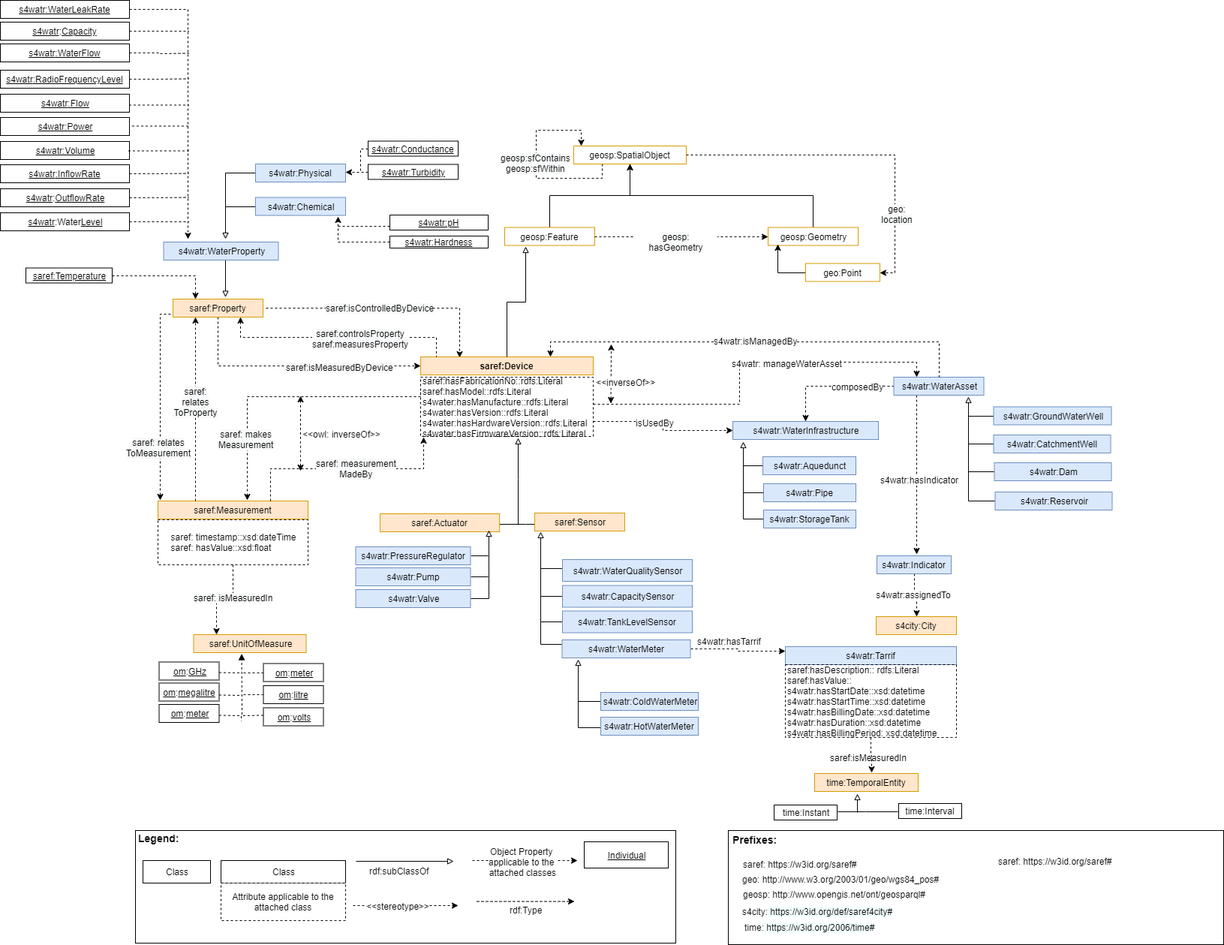
Above: Diagram/S4WaterNew.png in tiwari2019/S4WATR-1 (draw.io), before the change. Source tidied: cells renumbered, new cells last; positions are measured from the earlier drawing's top-left corner, leaving out a move shared by most shapes.
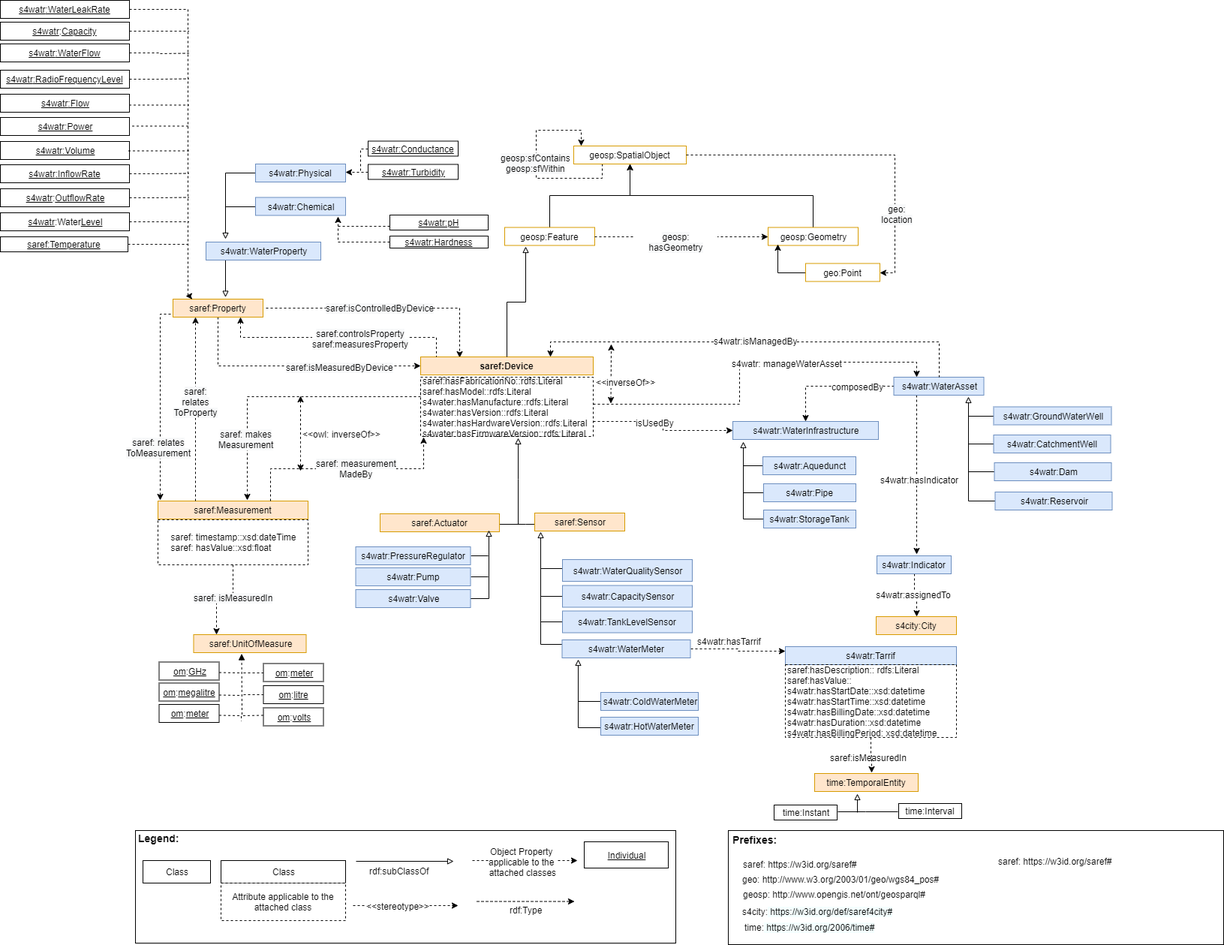
After the change.

Diff of the diagram source:
```diff
@@ -113,9 +113,12 @@
     <mxCell id="29" value="&lt;u&gt;&lt;span style=&quot;font-weight: normal&quot;&gt;s4watr&lt;/span&gt;&lt;span style=&quot;font-weight: 400&quot;&gt;:WaterFlow&lt;/span&gt;&lt;/u&gt;" style="rounded=0;whiteSpace=wrap;html=1;fontStyle=1;" parent="1" vertex="1">
       <mxGeometry y="58" width="172" height="24" as="geometry" />
     </mxCell>
-    <mxCell id="30" style="edgeStyle=orthogonalEdgeStyle;rounded=0;jettySize=auto;html=1;exitX=1;exitY=0.5;exitDx=0;exitDy=0;dashed=1;endArrow=classic;endFill=1;" parent="1" edge="1" source="31">
+    <mxCell id="30" style="edgeStyle=orthogonalEdgeStyle;rounded=0;jettySize=auto;html=1;exitX=1;exitY=0.5;exitDx=0;exitDy=0;dashed=1;endArrow=classic;endFill=1;entryX=0.142;entryY=-0.167;entryDx=0;entryDy=0;entryPerimeter=0;" parent="1" edge="1" source="31" target="13">
       <mxGeometry relative="1" as="geometry">
-        <mxPoint x="250" y="318" as="targetPoint" />
+        <Array as="points">
+          <mxPoint x="250" y="12" />
+          <mxPoint x="250" y="394" />
+        </Array>
       </mxGeometry>
     </mxCell>
     <mxCell id="31" value="&lt;u&gt;&lt;span style=&quot;font-weight: normal&quot;&gt;s4watr&lt;/span&gt;&lt;span style=&quot;font-weight: 400&quot;&gt;:WaterLeakRate&lt;/span&gt;&lt;/u&gt;" style="rounded=0;whiteSpace=wrap;html=1;fontStyle=1;" parent="1" vertex="1">
@@ -450,7 +453,7 @@
       </mxGeometry>
     </mxCell>
     <mxCell id="107" value="&lt;span style=&quot;font-weight: normal&quot;&gt;s4watr:WaterProperty&lt;/span&gt;" style="rounded=0;whiteSpace=wrap;html=1;fontStyle=1;fillColor=#dae8fc;strokeColor=#6c8ebf;" parent="1" vertex="1">
-      <mxGeometry x="217.5" y="322" width="153" height="24" as="geometry" />
+      <mxGeometry x="274" y="322" width="153" height="24" as="geometry" />
     </mxCell>
     <mxCell id="108" style="edgeStyle=orthogonalEdgeStyle;rounded=0;jettySize=auto;html=1;exitX=0;exitY=0.5;exitDx=0;exitDy=0;endArrow=none;endFill=0;strokeWidth=1;" parent="1" edge="1" source="109">
       <mxGeometry relative="1" as="geometry">
@@ -498,11 +501,13 @@
     <mxCell id="119" value="&lt;span style=&quot;font-family: &amp;#34;arial&amp;#34; ; font-weight: normal&quot;&gt;&lt;u&gt;&lt;font style=&quot;font-size: 12px&quot;&gt;s4watr:Turbidity&lt;/font&gt;&lt;/u&gt;&lt;/span&gt;" style="rounded=0;whiteSpace=wrap;html=1;fontStyle=1;" parent="1" vertex="1">
       <mxGeometry x="490" y="218.5" width="120" height="20" as="geometry" />
     </mxCell>
-    <mxCell id="120" style="edgeStyle=orthogonalEdgeStyle;rounded=0;jettySize=auto;html=1;exitX=1;exitY=0.5;exitDx=0;exitDy=0;entryX=0.25;entryY=0;entryDx=0;entryDy=0;dashed=1;endArrow=classic;endFill=1;strokeWidth=1;" parent="1" edge="1" source="121" target="13">
-      <mxGeometry relative="1" as="geometry" />
-    </mxCell>
+    <mxCell id="180" style="edgeStyle=orthogonalEdgeStyle;rounded=0;jettySize=auto;html=1;exitX=1;exitY=0.5;exitDx=0;exitDy=0;endArrow=none;endFill=0;dashed=1;" parent="1" edge="1" source="121">
+      <mxGeometry relative="1" as="geometry">
+        <mxPoint x="250" y="325" as="targetPoint" />
+      </mxGeometry>
+    </mxCell>
     <mxCell id="121" value="&lt;span style=&quot;font-family: &amp;#34;arial&amp;#34; ; font-weight: normal&quot;&gt;&lt;u&gt;&lt;font style=&quot;font-size: 12px&quot;&gt;saref:Temperature&lt;/font&gt;&lt;/u&gt;&lt;/span&gt;" style="rounded=0;whiteSpace=wrap;html=1;fontStyle=1;strokeWidth=1;" parent="1" vertex="1">
-      <mxGeometry x="34" y="356.5" width="115" height="20" as="geometry" />
+      <mxGeometry y="315" width="170" height="20" as="geometry" />
     </mxCell>
     <mxCell id="122" style="edgeStyle=orthogonalEdgeStyle;rounded=0;jettySize=auto;html=1;exitX=0;exitY=0.5;exitDx=0;exitDy=0;endArrow=none;endFill=0;strokeWidth=1;" parent="1" edge="1" source="123">
       <mxGeometry relative="1" as="geometry">
```
